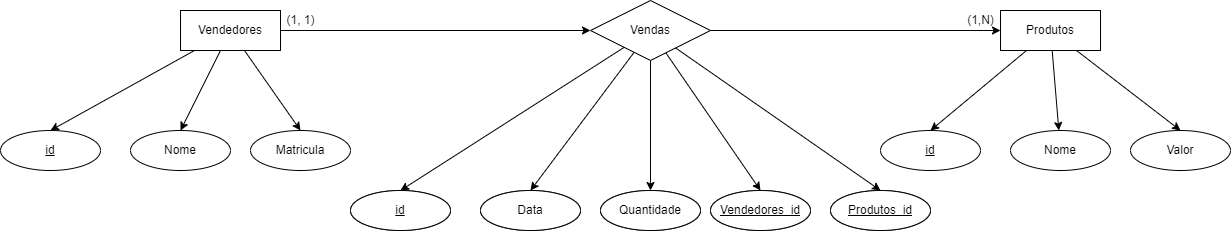
Above: docs/mysql/der.drawio.png in isaacgoncod/mercado-express-mysql (draw.io), before the change. Source tidied: cells renumbered, new cells last; positions are measured from the earlier drawing's top-left corner, leaving out a move shared by most shapes. Source of this version:
```xml
<mxGraphModel>
  <root>
    <mxCell id="0" />
    <mxCell id="1" parent="0" />
    <mxCell id="2" style="edgeStyle=none;rounded=0;jettySize=auto;html=1;entryX=0;entryY=0.5;entryDx=0;entryDy=0;" parent="1" edge="1" source="6" target="17">
      <mxGeometry relative="1" as="geometry" />
    </mxCell>
    <mxCell id="3" style="edgeStyle=none;rounded=0;jettySize=auto;html=1;entryX=0.5;entryY=0;entryDx=0;entryDy=0;" parent="1" edge="1" source="6" target="18">
      <mxGeometry relative="1" as="geometry" />
    </mxCell>
    <mxCell id="4" style="edgeStyle=none;rounded=0;jettySize=auto;html=1;entryX=0.5;entryY=0;entryDx=0;entryDy=0;" parent="1" edge="1" source="6" target="20">
      <mxGeometry relative="1" as="geometry" />
    </mxCell>
    <mxCell id="5" style="edgeStyle=none;rounded=0;jettySize=auto;html=1;entryX=0.5;entryY=0;entryDx=0;entryDy=0;" parent="1" edge="1" source="6" target="19">
      <mxGeometry relative="1" as="geometry" />
    </mxCell>
    <mxCell id="6" value="Vendedores" style="whiteSpace=wrap;html=1;align=center;" parent="1" vertex="1">
      <mxGeometry x="180" y="10" width="100" height="40" as="geometry" />
    </mxCell>
    <mxCell id="7" style="edgeStyle=none;rounded=0;jettySize=auto;html=1;entryX=0.5;entryY=0;entryDx=0;entryDy=0;" parent="1" edge="1" source="10" target="24">
      <mxGeometry relative="1" as="geometry" />
    </mxCell>
    <mxCell id="8" style="edgeStyle=none;rounded=0;jettySize=auto;html=1;" parent="1" edge="1" source="10" target="26">
      <mxGeometry relative="1" as="geometry" />
    </mxCell>
    <mxCell id="9" style="edgeStyle=none;rounded=0;jettySize=auto;html=1;entryX=0.5;entryY=0;entryDx=0;entryDy=0;" parent="1" edge="1" source="10" target="25">
      <mxGeometry relative="1" as="geometry" />
    </mxCell>
    <mxCell id="10" value="Produtos" style="whiteSpace=wrap;html=1;align=center;" parent="1" vertex="1">
      <mxGeometry x="1000" y="10" width="100" height="40" as="geometry" />
    </mxCell>
    <mxCell id="11" style="edgeStyle=none;rounded=0;jettySize=auto;html=1;" parent="1" edge="1" source="17" target="10">
      <mxGeometry relative="1" as="geometry" />
    </mxCell>
    <mxCell id="12" style="edgeStyle=none;rounded=0;jettySize=auto;html=1;entryX=0.5;entryY=0;entryDx=0;entryDy=0;" parent="1" edge="1" source="17" target="21">
      <mxGeometry relative="1" as="geometry" />
    </mxCell>
    <mxCell id="13" style="edgeStyle=none;rounded=0;jettySize=auto;html=1;entryX=0.5;entryY=0;entryDx=0;entryDy=0;" parent="1" edge="1" source="17" target="23">
      <mxGeometry relative="1" as="geometry" />
    </mxCell>
    <mxCell id="14" style="edgeStyle=none;rounded=0;jettySize=auto;html=1;entryX=0.5;entryY=0;entryDx=0;entryDy=0;" parent="1" edge="1" source="17" target="22">
      <mxGeometry relative="1" as="geometry" />
    </mxCell>
    <mxCell id="15" style="edgeStyle=none;rounded=0;jettySize=auto;html=1;entryX=0.5;entryY=0;entryDx=0;entryDy=0;" parent="1" edge="1" source="17" target="33">
      <mxGeometry relative="1" as="geometry" />
    </mxCell>
    <mxCell id="16" style="edgeStyle=none;rounded=0;jettySize=auto;html=1;entryX=0.5;entryY=0;entryDx=0;entryDy=0;" parent="1" edge="1" source="17" target="32">
      <mxGeometry relative="1" as="geometry" />
    </mxCell>
    <mxCell id="17" value="Vendas" style="shape=rhombus;perimeter=rhombusPerimeter;whiteSpace=wrap;html=1;align=center;" parent="1" vertex="1">
      <mxGeometry x="590" width="120" height="60" as="geometry" />
    </mxCell>
    <mxCell id="18" value="&lt;u&gt;id&lt;/u&gt;" style="ellipse;whiteSpace=wrap;html=1;align=center;" parent="1" vertex="1">
      <mxGeometry y="130" width="100" height="40" as="geometry" />
    </mxCell>
    <mxCell id="19" value="Matricula" style="ellipse;whiteSpace=wrap;html=1;align=center;" parent="1" vertex="1">
      <mxGeometry x="250" y="130" width="100" height="40" as="geometry" />
    </mxCell>
    <mxCell id="20" value="Nome" style="ellipse;whiteSpace=wrap;html=1;align=center;" parent="1" vertex="1">
      <mxGeometry x="130" y="130" width="100" height="40" as="geometry" />
    </mxCell>
    <mxCell id="21" value="&lt;u&gt;id&lt;/u&gt;" style="ellipse;whiteSpace=wrap;html=1;align=center;" parent="1" vertex="1">
      <mxGeometry x="350" y="190" width="100" height="40" as="geometry" />
    </mxCell>
    <mxCell id="22" value="Quantidade" style="ellipse;whiteSpace=wrap;html=1;align=center;" parent="1" vertex="1">
      <mxGeometry x="600" y="190" width="100" height="40" as="geometry" />
    </mxCell>
    <mxCell id="23" value="Data" style="ellipse;whiteSpace=wrap;html=1;align=center;" parent="1" vertex="1">
      <mxGeometry x="480" y="190" width="100" height="40" as="geometry" />
    </mxCell>
    <mxCell id="24" value="&lt;u&gt;id&lt;/u&gt;" style="ellipse;whiteSpace=wrap;html=1;align=center;" parent="1" vertex="1">
      <mxGeometry x="880" y="130" width="100" height="40" as="geometry" />
    </mxCell>
    <mxCell id="25" value="Valor" style="ellipse;whiteSpace=wrap;html=1;align=center;" parent="1" vertex="1">
      <mxGeometry x="1130" y="130" width="100" height="40" as="geometry" />
    </mxCell>
    <mxCell id="26" value="Nome" style="ellipse;whiteSpace=wrap;html=1;align=center;" parent="1" vertex="1">
      <mxGeometry x="1010" y="130" width="100" height="40" as="geometry" />
    </mxCell>
    <mxCell id="27" value="&lt;u&gt;id&lt;/u&gt;" style="ellipse;whiteSpace=wrap;html=1;align=center;" parent="1" vertex="1">
      <mxGeometry x="350" y="190" width="100" height="40" as="geometry" />
    </mxCell>
    <mxCell id="28" value="Quantidade" style="ellipse;whiteSpace=wrap;html=1;align=center;" parent="1" vertex="1">
      <mxGeometry x="600" y="190" width="100" height="40" as="geometry" />
    </mxCell>
    <mxCell id="29" value="Data" style="ellipse;whiteSpace=wrap;html=1;align=center;" parent="1" vertex="1">
      <mxGeometry x="480" y="190" width="100" height="40" as="geometry" />
    </mxCell>
    <mxCell id="30" value="Quantidade" style="ellipse;whiteSpace=wrap;html=1;align=center;" parent="1" vertex="1">
      <mxGeometry x="830" y="190" width="100" height="40" as="geometry" />
    </mxCell>
    <mxCell id="31" value="Data" style="ellipse;whiteSpace=wrap;html=1;align=center;" parent="1" vertex="1">
      <mxGeometry x="710" y="190" width="100" height="40" as="geometry" />
    </mxCell>
    <mxCell id="32" value="&lt;u&gt;Produtos_id&lt;/u&gt;" style="ellipse;whiteSpace=wrap;html=1;align=center;" parent="1" vertex="1">
      <mxGeometry x="830" y="190" width="100" height="40" as="geometry" />
    </mxCell>
    <mxCell id="33" value="&lt;u&gt;Vendedores_id&lt;/u&gt;" style="ellipse;whiteSpace=wrap;html=1;align=center;" parent="1" vertex="1">
      <mxGeometry x="710" y="190" width="100" height="40" as="geometry" />
    </mxCell>
    <mxCell id="34" value="(1, 1)" style="text;html=1;align=center;verticalAlign=middle;strokeColor=none;fillColor=none;" parent="1" vertex="1">
      <mxGeometry x="275" y="5" width="50" height="30" as="geometry" />
    </mxCell>
    <mxCell id="35" value="(1,N)" style="text;html=1;align=center;verticalAlign=middle;strokeColor=none;fillColor=none;" parent="1" vertex="1">
      <mxGeometry x="955" y="5" width="50" height="30" as="geometry" />
    </mxCell>
  </root>
</mxGraphModel>
```
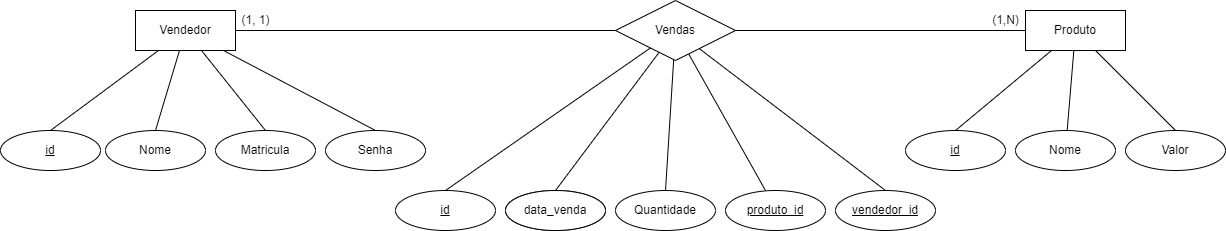
The same file after the commit.

The edit, as a diff of the source:
```diff
@@ -2,68 +2,75 @@
   <root>
     <mxCell id="0" />
     <mxCell id="1" parent="0" />
-    <mxCell id="2" style="edgeStyle=none;rounded=0;jettySize=auto;html=1;entryX=0;entryY=0.5;entryDx=0;entryDy=0;" parent="1" edge="1" source="6" target="17">
+    <mxCell id="2" style="edgeStyle=none;rounded=0;jettySize=auto;html=1;entryX=0;entryY=0.5;entryDx=0;entryDy=0;endArrow=none;endFill=0;" parent="1" edge="1" source="6" target="17">
       <mxGeometry relative="1" as="geometry" />
     </mxCell>
-    <mxCell id="3" style="edgeStyle=none;rounded=0;jettySize=auto;html=1;entryX=0.5;entryY=0;entryDx=0;entryDy=0;" parent="1" edge="1" source="6" target="18">
+    <mxCell id="3" style="edgeStyle=none;rounded=0;jettySize=auto;html=1;entryX=0.5;entryY=0;entryDx=0;entryDy=0;endArrow=none;endFill=0;" parent="1" edge="1" source="6" target="18">
       <mxGeometry relative="1" as="geometry" />
     </mxCell>
-    <mxCell id="4" style="edgeStyle=none;rounded=0;jettySize=auto;html=1;entryX=0.5;entryY=0;entryDx=0;entryDy=0;" parent="1" edge="1" source="6" target="20">
+    <mxCell id="4" style="edgeStyle=none;rounded=0;jettySize=auto;html=1;entryX=0.5;entryY=0;entryDx=0;entryDy=0;endArrow=none;endFill=0;" parent="1" edge="1" source="6" target="20">
       <mxGeometry relative="1" as="geometry" />
     </mxCell>
-    <mxCell id="5" style="edgeStyle=none;rounded=0;jettySize=auto;html=1;entryX=0.5;entryY=0;entryDx=0;entryDy=0;" parent="1" edge="1" source="6" target="19">
+    <mxCell id="5" style="edgeStyle=none;rounded=0;jettySize=auto;html=1;entryX=0.5;entryY=0;entryDx=0;entryDy=0;endArrow=none;endFill=0;" parent="1" edge="1" source="6" target="19">
       <mxGeometry relative="1" as="geometry" />
     </mxCell>
+    <mxCell id="36" style="rounded=0;jettySize=auto;html=1;entryX=0.5;entryY=0;entryDx=0;entryDy=0;endArrow=none;endFill=0;" parent="1" edge="1" source="6" target="37">
+      <mxGeometry relative="1" as="geometry" />
+    </mxCell>
-    <mxCell id="6" value="Vendedores" style="whiteSpace=wrap;html=1;align=center;" parent="1" vertex="1">
-      <mxGeometry x="180" y="10" width="100" height="40" as="geometry" />
+    <mxCell id="6" value="Vendedor" style="whiteSpace=wrap;html=1;align=center;" parent="1" vertex="1">
+      <mxGeometry x="110" y="10" width="100" height="40" as="geometry" />
     </mxCell>
-    <mxCell id="7" style="edgeStyle=none;rounded=0;jettySize=auto;html=1;entryX=0.5;entryY=0;entryDx=0;entryDy=0;" parent="1" edge="1" source="10" target="24">
+    <mxCell id="7" style="edgeStyle=none;rounded=0;jettySize=auto;html=1;entryX=0.5;entryY=0;entryDx=0;entryDy=0;endArrow=none;endFill=0;" parent="1" edge="1" source="10" target="24">
       <mxGeometry relative="1" as="geometry" />
     </mxCell>
-    <mxCell id="8" style="edgeStyle=none;rounded=0;jettySize=auto;html=1;" parent="1" edge="1" source="10" target="26">
+    <mxCell id="8" style="edgeStyle=none;rounded=0;jettySize=auto;html=1;endArrow=none;endFill=0;" parent="1" edge="1" source="10" target="26">
       <mxGeometry relative="1" as="geometry" />
     </mxCell>
-    <mxCell id="9" style="edgeStyle=none;rounded=0;jettySize=auto;html=1;entryX=0.5;entryY=0;entryDx=0;entryDy=0;" parent="1" edge="1" source="10" target="25">
+    <mxCell id="9" style="edgeStyle=none;rounded=0;jettySize=auto;html=1;entryX=0.5;entryY=0;entryDx=0;entryDy=0;endArrow=none;endFill=0;" parent="1" edge="1" source="10" target="25">
       <mxGeometry relative="1" as="geometry" />
     </mxCell>
-    <mxCell id="10" value="Produtos" style="whiteSpace=wrap;html=1;align=center;" parent="1" vertex="1">
+    <mxCell id="10" value="Produto" style="whiteSpace=wrap;html=1;align=center;" parent="1" vertex="1">
       <mxGeometry x="1000" y="10" width="100" height="40" as="geometry" />
     </mxCell>
-    <mxCell id="11" style="edgeStyle=none;rounded=0;jettySize=auto;html=1;" parent="1" edge="1" source="17" target="10">
+    <mxCell id="11" style="edgeStyle=none;rounded=0;jettySize=auto;html=1;endArrow=none;endFill=0;" parent="1" edge="1" source="17" target="10">
       <mxGeometry relative="1" as="geometry" />
     </mxCell>
-    <mxCell id="12" style="edgeStyle=none;rounded=0;jettySize=auto;html=1;entryX=0.5;entryY=0;entryDx=0;entryDy=0;" parent="1" edge="1" source="17" target="21">
+    <mxCell id="12" style="edgeStyle=none;rounded=0;jettySize=auto;html=1;entryX=0.5;entryY=0;entryDx=0;entryDy=0;endArrow=none;endFill=0;" parent="1" edge="1" source="17" target="21">
       <mxGeometry relative="1" as="geometry" />
     </mxCell>
-    <mxCell id="13" style="edgeStyle=none;rounded=0;jettySize=auto;html=1;entryX=0.5;entryY=0;entryDx=0;entryDy=0;" parent="1" edge="1" source="17" target="23">
+    <mxCell id="13" style="edgeStyle=none;rounded=0;jettySize=auto;html=1;entryX=0.5;entryY=0;entryDx=0;entryDy=0;endArrow=none;endFill=0;" parent="1" edge="1" source="17" target="23">
       <mxGeometry relative="1" as="geometry" />
     </mxCell>
-    <mxCell id="14" style="edgeStyle=none;rounded=0;jettySize=auto;html=1;entryX=0.5;entryY=0;entryDx=0;entryDy=0;" parent="1" edge="1" source="17" target="22">
+    <mxCell id="14" style="edgeStyle=none;rounded=0;jettySize=auto;html=1;entryX=0.5;entryY=0;entryDx=0;entryDy=0;endArrow=none;endFill=0;" parent="1" edge="1" source="17" target="22">
       <mxGeometry relative="1" as="geometry" />
     </mxCell>
-    <mxCell id="15" style="edgeStyle=none;rounded=0;jettySize=auto;html=1;entryX=0.5;entryY=0;entryDx=0;entryDy=0;" parent="1" edge="1" source="17" target="33">
-      <mxGeometry relative="1" as="geometry" />
+    <mxCell id="15" style="edgeStyle=none;rounded=0;jettySize=auto;html=1;entryX=0.5;entryY=0;entryDx=0;entryDy=0;endArrow=none;endFill=0;" parent="1" edge="1" source="17">
+      <mxGeometry relative="1" as="geometry">
+        <mxPoint x="740" y="190" as="targetPoint" />
+      </mxGeometry>
     </mxCell>
-    <mxCell id="16" style="edgeStyle=none;rounded=0;jettySize=auto;html=1;entryX=0.5;entryY=0;entryDx=0;entryDy=0;" parent="1" edge="1" source="17" target="32">
-      <mxGeometry relative="1" as="geometry" />
+    <mxCell id="16" style="edgeStyle=none;rounded=0;jettySize=auto;html=1;entryX=0.5;entryY=0;entryDx=0;entryDy=0;endArrow=none;endFill=0;" parent="1" edge="1" source="17">
+      <mxGeometry relative="1" as="geometry">
+        <mxPoint x="860" y="190" as="targetPoint" />
+      </mxGeometry>
     </mxCell>
     <mxCell id="17" value="Vendas" style="shape=rhombus;perimeter=rhombusPerimeter;whiteSpace=wrap;html=1;align=center;" parent="1" vertex="1">
       <mxGeometry x="590" width="120" height="60" as="geometry" />
     </mxCell>
     <mxCell id="18" value="&lt;u&gt;id&lt;/u&gt;" style="ellipse;whiteSpace=wrap;html=1;align=center;" parent="1" vertex="1">
-      <mxGeometry y="130" width="100" height="40" as="geometry" />
+      <mxGeometry x="-25" y="130" width="100" height="40" as="geometry" />
     </mxCell>
     <mxCell id="19" value="Matricula" style="ellipse;whiteSpace=wrap;html=1;align=center;" parent="1" vertex="1">
-      <mxGeometry x="250" y="130" width="100" height="40" as="geometry" />
+      <mxGeometry x="190" y="130" width="100" height="40" as="geometry" />
     </mxCell>
     <mxCell id="20" value="Nome" style="ellipse;whiteSpace=wrap;html=1;align=center;" parent="1" vertex="1">
-      <mxGeometry x="130" y="130" width="100" height="40" as="geometry" />
+      <mxGeometry x="80" y="130" width="100" height="40" as="geometry" />
     </mxCell>
     <mxCell id="21" value="&lt;u&gt;id&lt;/u&gt;" style="ellipse;whiteSpace=wrap;html=1;align=center;" parent="1" vertex="1">
-      <mxGeometry x="350" y="190" width="100" height="40" as="geometry" />
+      <mxGeometry x="370" y="190" width="100" height="40" as="geometry" />
     </mxCell>
     <mxCell id="22" value="Quantidade" style="ellipse;whiteSpace=wrap;html=1;align=center;" parent="1" vertex="1">
-      <mxGeometry x="600" y="190" width="100" height="40" as="geometry" />
+      <mxGeometry x="590" y="190" width="100" height="40" as="geometry" />
     </mxCell>
     <mxCell id="23" value="Data" style="ellipse;whiteSpace=wrap;html=1;align=center;" parent="1" vertex="1">
       <mxGeometry x="480" y="190" width="100" height="40" as="geometry" />
@@ -72,37 +79,28 @@
       <mxGeometry x="880" y="130" width="100" height="40" as="geometry" />
     </mxCell>
     <mxCell id="25" value="Valor" style="ellipse;whiteSpace=wrap;html=1;align=center;" parent="1" vertex="1">
-      <mxGeometry x="1130" y="130" width="100" height="40" as="geometry" />
+      <mxGeometry x="1100" y="130" width="100" height="40" as="geometry" />
     </mxCell>
     <mxCell id="26" value="Nome" style="ellipse;whiteSpace=wrap;html=1;align=center;" parent="1" vertex="1">
-      <mxGeometry x="1010" y="130" width="100" height="40" as="geometry" />
+      <mxGeometry x="990" y="130" width="100" height="40" as="geometry" />
     </mxCell>
-    <mxCell id="27" value="&lt;u&gt;id&lt;/u&gt;" style="ellipse;whiteSpace=wrap;html=1;align=center;" parent="1" vertex="1">
-      <mxGeometry x="350" y="190" width="100" height="40" as="geometry" />
-    </mxCell>
-    <mxCell id="28" value="Quantidade" style="ellipse;whiteSpace=wrap;html=1;align=center;" parent="1" vertex="1">
-      <mxGeometry x="600" y="190" width="100" height="40" as="geometry" />
-    </mxCell>
-    <mxCell id="29" value="Data" style="ellipse;whiteSpace=wrap;html=1;align=center;" parent="1" vertex="1">
+    <mxCell id="29" value="data_venda" style="ellipse;whiteSpace=wrap;html=1;align=center;" parent="1" vertex="1">
       <mxGeometry x="480" y="190" width="100" height="40" as="geometry" />
     </mxCell>
-    <mxCell id="30" value="Quantidade" style="ellipse;whiteSpace=wrap;html=1;align=center;" parent="1" vertex="1">
-      <mxGeometry x="830" y="190" width="100" height="40" as="geometry" />
+    <mxCell id="30" value="&lt;u&gt;vendedor_id&lt;/u&gt;" style="ellipse;whiteSpace=wrap;html=1;align=center;" parent="1" vertex="1">
+      <mxGeometry x="810" y="190" width="100" height="40" as="geometry" />
     </mxCell>
-    <mxCell id="31" value="Data" style="ellipse;whiteSpace=wrap;html=1;align=center;" parent="1" vertex="1">
-      <mxGeometry x="710" y="190" width="100" height="40" as="geometry" />
+    <mxCell id="31" value="&lt;u&gt;produto_id&lt;/u&gt;" style="ellipse;whiteSpace=wrap;html=1;align=center;" parent="1" vertex="1">
+      <mxGeometry x="700" y="190" width="100" height="40" as="geometry" />
     </mxCell>
-    <mxCell id="32" value="&lt;u&gt;Produtos_id&lt;/u&gt;" style="ellipse;whiteSpace=wrap;html=1;align=center;" parent="1" vertex="1">
-      <mxGeometry x="830" y="190" width="100" height="40" as="geometry" />
-    </mxCell>
-    <mxCell id="33" value="&lt;u&gt;Vendedores_id&lt;/u&gt;" style="ellipse;whiteSpace=wrap;html=1;align=center;" parent="1" vertex="1">
-      <mxGeometry x="710" y="190" width="100" height="40" as="geometry" />
-    </mxCell>
     <mxCell id="34" value="(1, 1)" style="text;html=1;align=center;verticalAlign=middle;strokeColor=none;fillColor=none;" parent="1" vertex="1">
-      <mxGeometry x="275" y="5" width="50" height="30" as="geometry" />
+      <mxGeometry x="205" y="5" width="50" height="30" as="geometry" />
     </mxCell>
     <mxCell id="35" value="(1,N)" style="text;html=1;align=center;verticalAlign=middle;strokeColor=none;fillColor=none;" parent="1" vertex="1">
       <mxGeometry x="955" y="5" width="50" height="30" as="geometry" />
     </mxCell>
+    <mxCell id="37" value="Senha" style="ellipse;whiteSpace=wrap;html=1;align=center;" parent="1" vertex="1">
+      <mxGeometry x="300" y="130" width="100" height="40" as="geometry" />
+    </mxCell>
   </root>
 </mxGraphModel>
```
